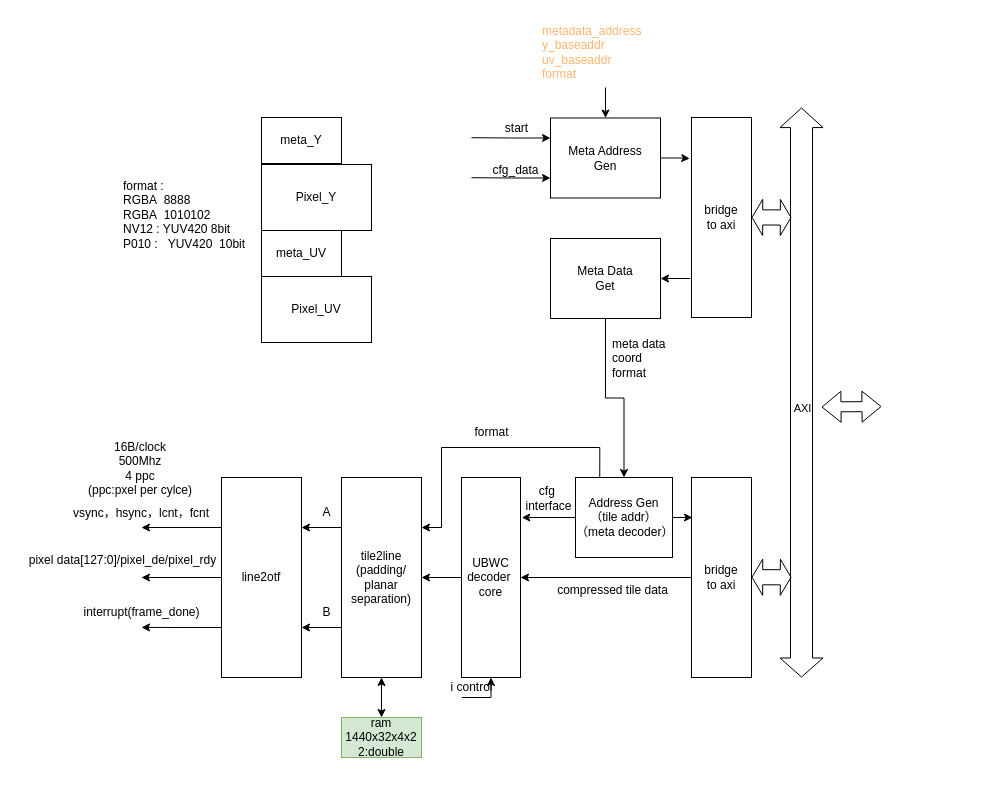
This is page "Decompression" (2 of 2) of docs/UBWC_microarchitecture.drawio from luckymiaojw/ubwc, a draw.io file, before an edit. Source tidied: cells renumbered, new cells numbered last; positions are measured from the earlier drawing's top-left corner, leaving out a move shared by most shapes. Both pictures are drawn from the tidied source at 100%, with x=0, y=0 at pixel (17, 17).
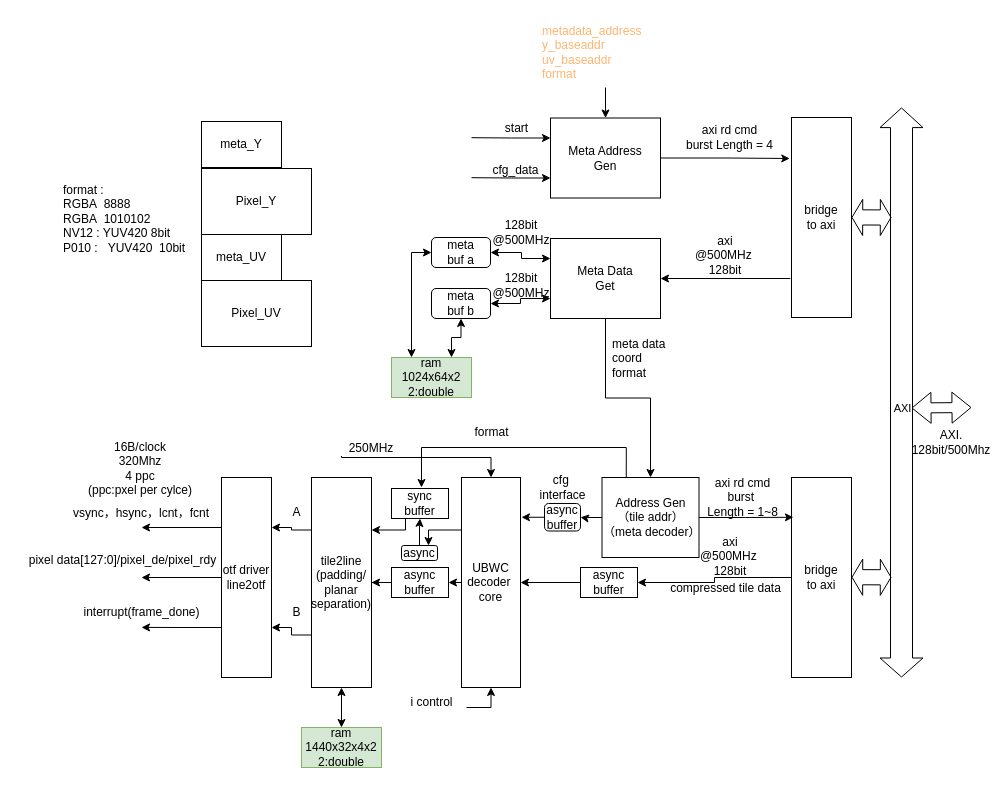
The same diagram, later.

The change refers to these unchanged cells:
```xml
<mxCell id="29" value="Meta Data&lt;div&gt;Get&lt;/div&gt;" style="rounded=0;whiteSpace=wrap;html=1;" parent="1" vertex="1">
  <mxGeometry x="533" y="221" width="110" height="80" as="geometry" />
</mxCell>
```

Diff of the diagram source:
```diff
@@
-    <mxCell id="2" value="&lt;div style=&quot;text-align: center;&quot;&gt;16B/clock&lt;/div&gt;&lt;div style=&quot;text-align: center;&quot;&gt;500Mhz&lt;/div&gt;&lt;div style=&quot;text-align: center;&quot;&gt;4 ppc&lt;/div&gt;&lt;div style=&quot;text-align: center;&quot;&gt;(ppc:pxel per cylce)&lt;/div&gt;" style="text;whiteSpace=wrap;html=1;" parent="1" vertex="1">
+    <mxCell id="2" value="&lt;div style=&quot;text-align: center;&quot;&gt;16B/clock&lt;/div&gt;&lt;div style=&quot;text-align: center;&quot;&gt;320Mhz&lt;/div&gt;&lt;div style=&quot;text-align: center;&quot;&gt;4 ppc&lt;/div&gt;&lt;div style=&quot;text-align: center;&quot;&gt;(ppc:pxel per cylce)&lt;/div&gt;" style="text;whiteSpace=wrap;html=1;" parent="1" vertex="1">
       <mxGeometry x="69" y="416" width="135" height="70" as="geometry" />
     </mxCell>
     <mxCell id="3" style="shape=flexArrow;endArrow=classic;startArrow=classic;html=1;rounded=0;" parent="1" edge="1">
       <mxGeometry relative="1" as="geometry">
-        <mxPoint x="804" y="389.5" as="sourcePoint" />
-        <mxPoint x="864" y="389" as="targetPoint" />
+        <mxPoint x="894" y="390.5" as="sourcePoint" />
+        <mxPoint x="954" y="390" as="targetPoint" />
       </mxGeometry>
     </mxCell>
     <mxCell id="4" style="shape=flexArrow;endArrow=classic;startArrow=classic;html=1;rounded=0;width=22.028985507246375;endSize=6.197101449275362;" parent="1" edge="1">
       <mxGeometry relative="1" as="geometry">
-        <mxPoint x="784" y="660" as="sourcePoint" />
-        <mxPoint x="784" y="90" as="targetPoint" />
+        <mxPoint x="884" y="660" as="sourcePoint" />
+        <mxPoint x="884" y="90" as="targetPoint" />
       </mxGeometry>
     </mxCell>
@@
     <mxCell id="6" value="bridge&lt;div&gt;to axi&lt;/div&gt;" style="rounded=0;whiteSpace=wrap;html=1;" parent="1" vertex="1">
-      <mxGeometry x="674" y="100" width="60" height="200" as="geometry" />
+      <mxGeometry x="774" y="100" width="60" height="200" as="geometry" />
     </mxCell>
     <mxCell id="7" style="shape=flexArrow;endArrow=classic;startArrow=classic;html=1;rounded=0;width=15.151515151515152;endSize=3.2303030303030305;startSize=3.2303030303030305;" parent="1" edge="1">
       <mxGeometry relative="1" as="geometry">
-        <mxPoint x="734" y="199.9" as="sourcePoint" />
-        <mxPoint x="774" y="200" as="targetPoint" />
+        <mxPoint x="834" y="199.9" as="sourcePoint" />
+        <mxPoint x="874" y="200" as="targetPoint" />
       </mxGeometry>
     </mxCell>
-    <mxCell id="8" style="edgeStyle=orthogonalEdgeStyle;rounded=0;jettySize=auto;html=1;entryX=1;entryY=0.5;entryDx=0;entryDy=0;" parent="1" edge="1" source="9" target="19">
+    <mxCell id="8" style="edgeStyle=orthogonalEdgeStyle;rounded=0;jettySize=auto;html=1;entryX=1;entryY=0.5;entryDx=0;entryDy=0;" parent="1" edge="1" source="9" target="68">
       <mxGeometry relative="1" as="geometry" />
     </mxCell>
     <mxCell id="9" value="bridge&lt;div&gt;to axi&lt;/div&gt;" style="rounded=0;whiteSpace=wrap;html=1;" parent="1" vertex="1">
-      <mxGeometry x="674" y="460" width="60" height="200" as="geometry" />
+      <mxGeometry x="774" y="460" width="60" height="200" as="geometry" />
     </mxCell>
@@
     <mxCell id="12" value="meta_Y" style="rounded=0;whiteSpace=wrap;html=1;" parent="1" vertex="1">
-      <mxGeometry x="244" y="100" width="80" height="46" as="geometry" />
+      <mxGeometry x="184" y="104" width="80" height="46" as="geometry" />
     </mxCell>
     <mxCell id="13" value="Pixel_Y" style="rounded=0;whiteSpace=wrap;html=1;" parent="1" vertex="1">
-      <mxGeometry x="244" y="147" width="110" height="66" as="geometry" />
+      <mxGeometry x="184" y="151" width="110" height="66" as="geometry" />
     </mxCell>
     <mxCell id="14" value="meta_UV" style="rounded=0;whiteSpace=wrap;html=1;" parent="1" vertex="1">
-      <mxGeometry x="244" y="213" width="80" height="46" as="geometry" />
+      <mxGeometry x="184" y="217" width="80" height="46" as="geometry" />
     </mxCell>
     <mxCell id="15" value="Pixel_UV" style="rounded=0;whiteSpace=wrap;html=1;" parent="1" vertex="1">
-      <mxGeometry x="244" y="259" width="110" height="66" as="geometry" />
+      <mxGeometry x="184" y="263" width="110" height="66" as="geometry" />
     </mxCell>
     <mxCell id="16" value="&lt;div&gt;format :&amp;nbsp;&lt;/div&gt;&lt;div&gt;RGBA&amp;nbsp; 8888&amp;nbsp;&lt;/div&gt;&lt;div&gt;RGBA&amp;nbsp; 1010102&lt;/div&gt;&lt;div&gt;NV12 : YUV420 8bit&lt;/div&gt;&lt;div&gt;P010 :&amp;nbsp; &amp;nbsp;YUV420&amp;nbsp; 10bit&lt;/div&gt;" style="text;whiteSpace=wrap;html=1;" parent="1" vertex="1">
-      <mxGeometry x="104" y="155" width="130" height="90" as="geometry" />
+      <mxGeometry x="44" y="159" width="130" height="90" as="geometry" />
     </mxCell>
-    <mxCell id="17" style="edgeStyle=orthogonalEdgeStyle;rounded=0;jettySize=auto;html=1;entryX=1;entryY=0.5;entryDx=0;entryDy=0;" parent="1" edge="1" source="19" target="35">
-      <mxGeometry relative="1" as="geometry" />
-    </mxCell>
-    <mxCell id="18" style="edgeStyle=orthogonalEdgeStyle;rounded=0;jettySize=auto;html=1;endArrow=none;endFill=0;startArrow=classic;startFill=1;" parent="1" edge="1" source="19">
+    <mxCell id="18" style="edgeStyle=orthogonalEdgeStyle;rounded=0;jettySize=auto;html=1;endArrow=none;endFill=0;startArrow=classic;startFill=1;" parent="1" edge="1" source="19" target="51">
       <mxGeometry relative="1" as="geometry">
-        <mxPoint x="444" y="680" as="targetPoint" />
+        <Array as="points">
+          <mxPoint x="474" y="690" />
+          <mxPoint x="414" y="690" />
+        </Array>
       </mxGeometry>
     </mxCell>
+    <mxCell id="53" style="edgeStyle=orthogonalEdgeStyle;rounded=0;jettySize=auto;html=1;exitX=0;exitY=0.5;exitDx=0;exitDy=0;entryX=1;entryY=0.5;entryDx=0;entryDy=0;" parent="1" edge="1" source="19" target="70">
+      <mxGeometry relative="1" as="geometry" />
+    </mxCell>
+    <mxCell id="54" style="edgeStyle=orthogonalEdgeStyle;rounded=0;jettySize=auto;html=1;exitX=0.5;exitY=0;exitDx=0;exitDy=0;startArrow=classic;startFill=1;endArrow=none;endFill=0;entryX=0;entryY=0.75;entryDx=0;entryDy=0;" parent="1" edge="1" source="19" target="71">
+      <mxGeometry relative="1" as="geometry">
+        <Array as="points">
+          <mxPoint x="474" y="440" />
+          <mxPoint x="324" y="440" />
+        </Array>
+      </mxGeometry>
+    </mxCell>
+    <mxCell id="55" style="edgeStyle=orthogonalEdgeStyle;rounded=0;jettySize=auto;html=1;exitX=0;exitY=0.25;exitDx=0;exitDy=0;entryX=0.75;entryY=0;entryDx=0;entryDy=0;" parent="1" edge="1" source="19" target="78">
+      <mxGeometry relative="1" as="geometry" />
+    </mxCell>
     <mxCell id="19" value="&lt;div&gt;UBWC&lt;/div&gt;decoder&amp;nbsp;&lt;div&gt;core&lt;/div&gt;" style="rounded=0;whiteSpace=wrap;html=1;" parent="1" vertex="1">
-      <mxGeometry x="444" y="460" width="59" height="200" as="geometry" />
+      <mxGeometry x="444" y="460" width="59" height="210" as="geometry" />
     </mxCell>
@@
     <mxCell id="23" style="shape=flexArrow;endArrow=classic;startArrow=classic;html=1;rounded=0;width=15.151515151515152;endSize=3.2303030303030305;startSize=3.2303030303030305;" parent="1" edge="1">
       <mxGeometry relative="1" as="geometry">
-        <mxPoint x="734" y="559.7" as="sourcePoint" />
-        <mxPoint x="774" y="559.8" as="targetPoint" />
+        <mxPoint x="834" y="559.7" as="sourcePoint" />
+        <mxPoint x="874" y="559.8" as="targetPoint" />
       </mxGeometry>
     </mxCell>
-    <mxCell id="24" style="edgeStyle=orthogonalEdgeStyle;rounded=0;jettySize=auto;html=1;exitX=0.25;exitY=0;exitDx=0;exitDy=0;entryX=1;entryY=0.25;entryDx=0;entryDy=0;" parent="1" edge="1" source="25" target="35">
+    <mxCell id="24" style="edgeStyle=orthogonalEdgeStyle;rounded=0;jettySize=auto;html=1;exitX=0.25;exitY=0;exitDx=0;exitDy=0;" parent="1" edge="1" source="25">
       <mxGeometry relative="1" as="geometry">
+        <mxPoint x="404" y="470" as="targetPoint" />
         <Array as="points">
-          <mxPoint x="583" y="430" />
-          <mxPoint x="424" y="430" />
-          <mxPoint x="424" y="510" />
+          <mxPoint x="609" y="430" />
+          <mxPoint x="404" y="430" />
         </Array>
       </mxGeometry>
     </mxCell>
     <mxCell id="25" value="&lt;div&gt;Address Gen&lt;/div&gt;&lt;div&gt;（tile addr）&lt;/div&gt;&lt;div&gt;（meta decoder）&lt;/div&gt;" style="rounded=0;whiteSpace=wrap;html=1;" parent="1" vertex="1">
-      <mxGeometry x="558" y="460" width="97" height="80" as="geometry" />
+      <mxGeometry x="584.5" y="460" width="97" height="80" as="geometry" />
     </mxCell>
@@
+    <mxCell id="56" style="edgeStyle=orthogonalEdgeStyle;rounded=0;jettySize=auto;html=1;entryX=1;entryY=0.5;entryDx=0;entryDy=0;exitX=0;exitY=0.25;exitDx=0;exitDy=0;startArrow=classic;startFill=1;" parent="1" edge="1" source="29" target="59">
+      <mxGeometry relative="1" as="geometry">
+        <Array as="points">
+          <mxPoint x="504" y="241" />
+          <mxPoint x="504" y="235" />
+        </Array>
+      </mxGeometry>
+    </mxCell>
@@
-    <mxCell id="32" style="edgeStyle=orthogonalEdgeStyle;rounded=0;jettySize=auto;html=1;entryX=1.022;entryY=0.2;entryDx=0;entryDy=0;entryPerimeter=0;" parent="1" edge="1" source="25" target="19">
+    <mxCell id="32" style="edgeStyle=orthogonalEdgeStyle;rounded=0;jettySize=auto;html=1;entryX=1;entryY=0.5;entryDx=0;entryDy=0;" parent="1" edge="1" source="25" target="80">
       <mxGeometry relative="1" as="geometry" />
     </mxCell>
@@
     <mxCell id="35" value="tile2line&lt;div&gt;(padding/&lt;/div&gt;&lt;div&gt;planar separation)&lt;/div&gt;" style="rounded=0;whiteSpace=wrap;html=1;" parent="1" vertex="1">
-      <mxGeometry x="324" y="460" width="80" height="200" as="geometry" />
+      <mxGeometry x="294" y="460" width="60" height="210" as="geometry" />
     </mxCell>
@@
-    <mxCell id="39" value="line2otf" style="rounded=0;whiteSpace=wrap;html=1;" parent="1" vertex="1">
-      <mxGeometry x="204" y="460" width="80" height="200" as="geometry" />
+    <mxCell id="39" value="&lt;div&gt;otf driver&lt;/div&gt;line2otf" style="rounded=0;whiteSpace=wrap;html=1;" parent="1" vertex="1">
+      <mxGeometry x="204" y="460" width="50" height="200" as="geometry" />
     </mxCell>
     <mxCell id="40" value="A" style="text;html=1;align=center;verticalAlign=middle;strokeColor=none;fillColor=none;" parent="1" vertex="1">
-      <mxGeometry x="294" y="480" width="30" height="30" as="geometry" />
+      <mxGeometry x="264" y="480" width="30" height="30" as="geometry" />
     </mxCell>
     <mxCell id="41" value="B" style="text;html=1;align=center;verticalAlign=middle;strokeColor=none;fillColor=none;" parent="1" vertex="1">
-      <mxGeometry x="294" y="580" width="30" height="30" as="geometry" />
+      <mxGeometry x="264" y="580" width="30" height="30" as="geometry" />
     </mxCell>
@@
     <mxCell id="45" value="ram&lt;div&gt;1440x32x4x2&lt;/div&gt;&lt;div&gt;2:double&lt;/div&gt;" style="rounded=0;whiteSpace=wrap;html=1;fillColor=#d5e8d4;strokeColor=#82b366;" parent="1" vertex="1">
-      <mxGeometry x="324" y="700" width="80" height="40" as="geometry" />
+      <mxGeometry x="284" y="710" width="80" height="40" as="geometry" />
     </mxCell>
     <mxCell id="46" style="endArrow=classic;startArrow=classic;html=1;rounded=0;exitX=0.5;exitY=0;exitDx=0;exitDy=0;" parent="1" edge="1" source="45">
       <mxGeometry relative="1" as="geometry">
-        <mxPoint x="364" y="660" as="targetPoint" />
+        <mxPoint x="324" y="670" as="targetPoint" />
       </mxGeometry>
     </mxCell>
@@
     <mxCell id="50" value="compressed tile data" style="text;html=1;align=center;verticalAlign=middle;strokeColor=none;fillColor=none;" parent="1" vertex="1">
-      <mxGeometry x="530" y="560" width="129" height="26" as="geometry" />
+      <mxGeometry x="643" y="558" width="129" height="26" as="geometry" />
     </mxCell>
     <mxCell id="51" value="i control" style="text;html=1;align=center;verticalAlign=middle;points=[];strokeColor=none;fillColor=none;" parent="1" vertex="1">
-      <mxGeometry x="418.8" y="655" width="70" height="30" as="geometry" />
+      <mxGeometry x="379" y="670" width="70" height="30" as="geometry" />
     </mxCell>
     <mxCell id="52" value="cfg&amp;nbsp;&lt;div&gt;interface&lt;/div&gt;" style="text;html=1;align=center;verticalAlign=middle;strokeColor=none;fillColor=none;" parent="1" vertex="1">
-      <mxGeometry x="499" y="460" width="64" height="41" as="geometry" />
+      <mxGeometry x="513" y="449" width="64" height="41" as="geometry" />
     </mxCell>
+    <mxCell id="57" value="axi @500MHz&amp;nbsp;&lt;div&gt;128bit&lt;/div&gt;" style="text;html=1;whiteSpace=wrap;strokeColor=none;fillColor=none;align=center;verticalAlign=middle;rounded=0;" parent="1" vertex="1">
+      <mxGeometry x="677.5" y="223" width="60" height="30" as="geometry" />
+    </mxCell>
+    <mxCell id="58" value="axi rd cmd&lt;div&gt;burst Length = 4&lt;/div&gt;" style="text;html=1;whiteSpace=wrap;strokeColor=none;fillColor=none;align=center;verticalAlign=middle;rounded=0;" parent="1" vertex="1">
+      <mxGeometry x="651" y="105" width="123" height="30" as="geometry" />
+    </mxCell>
+    <mxCell id="59" value="meta&lt;div&gt;buf a&lt;/div&gt;" style="rounded=1;whiteSpace=wrap;html=1;" parent="1" vertex="1">
+      <mxGeometry x="414" y="220" width="59" height="30" as="geometry" />
+    </mxCell>
+    <mxCell id="60" style="edgeStyle=orthogonalEdgeStyle;rounded=0;jettySize=auto;html=1;entryX=0;entryY=0.75;entryDx=0;entryDy=0;startArrow=classic;startFill=1;" parent="1" edge="1" source="61" target="29">
+      <mxGeometry relative="1" as="geometry" />
+    </mxCell>
+    <mxCell id="61" value="meta&lt;div&gt;buf b&lt;/div&gt;" style="rounded=1;whiteSpace=wrap;html=1;" parent="1" vertex="1">
+      <mxGeometry x="414" y="271" width="59" height="30" as="geometry" />
+    </mxCell>
+    <mxCell id="62" value="128bit&lt;div&gt;@500MHz&lt;/div&gt;" style="text;html=1;whiteSpace=wrap;strokeColor=none;fillColor=none;align=center;verticalAlign=middle;rounded=0;" parent="1" vertex="1">
+      <mxGeometry x="474" y="200" width="60" height="30" as="geometry" />
+    </mxCell>
+    <mxCell id="63" value="128bit&lt;div&gt;@500MHz&lt;/div&gt;" style="text;html=1;whiteSpace=wrap;strokeColor=none;fillColor=none;align=center;verticalAlign=middle;rounded=0;" parent="1" vertex="1">
+      <mxGeometry x="474" y="253" width="60" height="30" as="geometry" />
+    </mxCell>
+    <mxCell id="64" value="AXI. 128bit/500Mhz" style="text;html=1;whiteSpace=wrap;strokeColor=none;fillColor=none;align=center;verticalAlign=middle;rounded=0;" parent="1" vertex="1">
+      <mxGeometry x="904" y="410" width="60" height="30" as="geometry" />
+    </mxCell>
+    <mxCell id="65" value="axi rd cmd&lt;div&gt;burst&amp;nbsp;&lt;/div&gt;&lt;div&gt;Length = 1~8&lt;/div&gt;" style="text;html=1;whiteSpace=wrap;strokeColor=none;fillColor=none;align=center;verticalAlign=middle;rounded=0;" parent="1" vertex="1">
+      <mxGeometry x="664" y="465" width="123" height="30" as="geometry" />
+    </mxCell>
+    <mxCell id="66" value="axi @500MHz&amp;nbsp;&lt;div&gt;128bit&lt;/div&gt;" style="text;html=1;whiteSpace=wrap;strokeColor=none;fillColor=none;align=center;verticalAlign=middle;rounded=0;" parent="1" vertex="1">
+      <mxGeometry x="682.5" y="524" width="60" height="30" as="geometry" />
+    </mxCell>
+    <mxCell id="67" style="edgeStyle=orthogonalEdgeStyle;rounded=0;jettySize=auto;html=1;exitX=0;exitY=0.5;exitDx=0;exitDy=0;entryX=1;entryY=0.5;entryDx=0;entryDy=0;" parent="1" edge="1" source="68" target="19">
+      <mxGeometry relative="1" as="geometry" />
+    </mxCell>
+    <mxCell id="68" value="&lt;div&gt;async buffer&lt;/div&gt;" style="rounded=0;whiteSpace=wrap;html=1;" parent="1" vertex="1">
+      <mxGeometry x="563" y="550" width="57" height="30" as="geometry" />
+    </mxCell>
+    <mxCell id="69" style="edgeStyle=orthogonalEdgeStyle;rounded=0;jettySize=auto;html=1;entryX=1;entryY=0.5;entryDx=0;entryDy=0;" parent="1" edge="1" source="70" target="35">
+      <mxGeometry relative="1" as="geometry" />
+    </mxCell>
+    <mxCell id="70" value="&lt;div&gt;async buffer&lt;/div&gt;" style="rounded=0;whiteSpace=wrap;html=1;" parent="1" vertex="1">
+      <mxGeometry x="374" y="550" width="57" height="30" as="geometry" />
+    </mxCell>
+    <mxCell id="71" value="250MHz" style="text;html=1;whiteSpace=wrap;strokeColor=none;fillColor=none;align=center;verticalAlign=middle;rounded=0;" parent="1" vertex="1">
+      <mxGeometry x="324" y="416" width="60" height="30" as="geometry" />
+    </mxCell>
+    <mxCell id="72" style="edgeStyle=orthogonalEdgeStyle;rounded=0;jettySize=auto;html=1;exitX=0.25;exitY=0;exitDx=0;exitDy=0;entryX=0;entryY=0.5;entryDx=0;entryDy=0;startArrow=classic;startFill=1;" parent="1" edge="1" source="74" target="59">
+      <mxGeometry relative="1" as="geometry" />
+    </mxCell>
+    <mxCell id="73" style="edgeStyle=orthogonalEdgeStyle;rounded=0;jettySize=auto;html=1;exitX=0.75;exitY=0;exitDx=0;exitDy=0;entryX=0.5;entryY=1;entryDx=0;entryDy=0;startArrow=classic;startFill=1;" parent="1" edge="1" source="74" target="61">
+      <mxGeometry relative="1" as="geometry" />
+    </mxCell>
+    <mxCell id="74" value="ram&lt;div&gt;1024x64x2&lt;/div&gt;&lt;div&gt;2:double&lt;/div&gt;" style="rounded=0;whiteSpace=wrap;html=1;fillColor=#d5e8d4;strokeColor=#82b366;" parent="1" vertex="1">
+      <mxGeometry x="374" y="340" width="80" height="40" as="geometry" />
+    </mxCell>
+    <mxCell id="75" style="edgeStyle=orthogonalEdgeStyle;rounded=0;jettySize=auto;html=1;exitX=0.281;exitY=0.935;exitDx=0;exitDy=0;exitPerimeter=0;entryX=1;entryY=0.25;entryDx=0;entryDy=0;" parent="1" edge="1" source="76" target="35">
+      <mxGeometry relative="1" as="geometry">
+        <Array as="points">
+          <mxPoint x="388" y="499" />
+          <mxPoint x="388" y="513" />
+          <mxPoint x="354" y="513" />
+        </Array>
+      </mxGeometry>
+    </mxCell>
+    <mxCell id="76" value="&lt;div&gt;sync buffer&lt;/div&gt;" style="rounded=0;whiteSpace=wrap;html=1;" parent="1" vertex="1">
+      <mxGeometry x="374" y="471" width="57" height="30" as="geometry" />
+    </mxCell>
+    <mxCell id="77" style="edgeStyle=orthogonalEdgeStyle;rounded=0;jettySize=auto;html=1;entryX=0.5;entryY=1;entryDx=0;entryDy=0;" parent="1" edge="1" source="78" target="76">
+      <mxGeometry relative="1" as="geometry" />
+    </mxCell>
+    <mxCell id="78" value="async" style="rounded=1;whiteSpace=wrap;html=1;" parent="1" vertex="1">
+      <mxGeometry x="384" y="528" width="36" height="15" as="geometry" />
+    </mxCell>
+    <mxCell id="79" style="edgeStyle=orthogonalEdgeStyle;rounded=0;jettySize=auto;html=1;exitX=0;exitY=0.5;exitDx=0;exitDy=0;" parent="1" edge="1" source="80">
+      <mxGeometry relative="1" as="geometry">
+        <mxPoint x="504" y="500" as="targetPoint" />
+      </mxGeometry>
+    </mxCell>
+    <mxCell id="80" value="async&lt;div&gt;buffer&lt;/div&gt;" style="rounded=1;whiteSpace=wrap;html=1;" parent="1" vertex="1">
+      <mxGeometry x="527" y="486" width="36" height="27.5" as="geometry" />
+    </mxCell>
```
